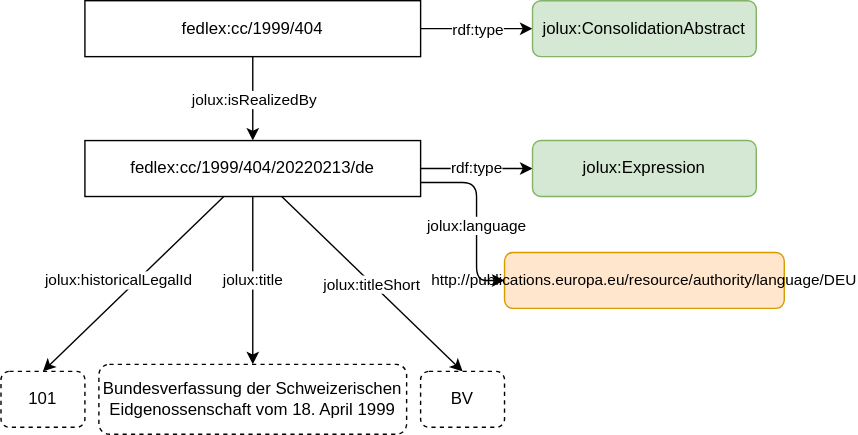
bequrios/fedlex keeps this draw.io diagram as content/img/expression.svg. Above is the earlier version. Source tidied: cells renumbered, new cells last; positions are measured from the earlier drawing's top-left corner, leaving out a move shared by most shapes. Its diagram source:
```xml
<mxGraphModel>
  <root>
    <mxCell id="0" />
    <mxCell id="1" parent="0" />
    <mxCell id="2" style="edgeStyle=orthogonalEdgeStyle;html=1;exitX=1;exitY=0.5;exitDx=0;exitDy=0;entryX=0;entryY=0.5;entryDx=0;entryDy=0;" parent="1" edge="1" source="5" target="6">
      <mxGeometry relative="1" as="geometry" />
    </mxCell>
    <mxCell id="3" value="&lt;div&gt;rdf:type&lt;/div&gt;" style="edgeLabel;html=1;align=center;verticalAlign=middle;" parent="2" vertex="1">
      <mxGeometry relative="1" as="geometry" />
    </mxCell>
    <mxCell id="4" style="edgeStyle=none;html=1;entryX=0.5;entryY=0;entryDx=0;entryDy=0;" parent="1" edge="1" source="5" target="13">
      <mxGeometry relative="1" as="geometry" />
    </mxCell>
    <mxCell id="5" value="fedlex:cc/1999/404" style="rounded=0;whiteSpace=wrap;html=1;" parent="1" vertex="1">
      <mxGeometry x="60" width="240" height="40" as="geometry" />
    </mxCell>
    <mxCell id="6" value="jolux:ConsolidationAbstract" style="rounded=1;whiteSpace=wrap;html=1;fillColor=#d5e8d4;strokeColor=#82b366;" parent="1" vertex="1">
      <mxGeometry x="380" width="160" height="40" as="geometry" />
    </mxCell>
    <mxCell id="7" value="jolux:isRealizedBy" style="edgeLabel;html=1;align=center;verticalAlign=middle;" parent="1" vertex="1">
      <mxGeometry x="180" y="70" as="geometry" />
    </mxCell>
    <mxCell id="8" value="rdf:type" style="edgeStyle=none;html=1;" parent="1" edge="1" source="13" target="15">
      <mxGeometry relative="1" as="geometry" />
    </mxCell>
    <mxCell id="9" value="jolux:language" style="edgeStyle=none;html=1;entryX=0;entryY=0.5;entryDx=0;entryDy=0;anchorPointDirection=1;exitX=1;exitY=0.75;exitDx=0;exitDy=0;" parent="1" edge="1" source="13" target="14">
      <mxGeometry x="0.09" relative="1" as="geometry">
        <Array as="points">
          <mxPoint x="340" y="130" />
          <mxPoint x="340" y="200" />
        </Array>
      </mxGeometry>
    </mxCell>
    <mxCell id="10" value="jolux:title" style="edgeStyle=none;html=1;entryX=0.5;entryY=0;entryDx=0;entryDy=0;" parent="1" edge="1" source="13" target="16">
      <mxGeometry relative="1" as="geometry" />
    </mxCell>
    <mxCell id="11" value="jolux:titleShort" style="edgeStyle=none;html=1;entryX=0.5;entryY=0;entryDx=0;entryDy=0;" parent="1" edge="1" source="13" target="17">
      <mxGeometry relative="1" as="geometry" />
    </mxCell>
    <mxCell id="12" value="jolux:historicalLegalId" style="edgeStyle=none;html=1;entryX=0.5;entryY=0;entryDx=0;entryDy=0;" parent="1" edge="1" source="13" target="18">
      <mxGeometry x="0.06" y="-9" relative="1" as="geometry" />
    </mxCell>
    <mxCell id="13" value="fedlex:cc/1999/404/20220213/de" style="rounded=0;whiteSpace=wrap;html=1;" parent="1" vertex="1">
      <mxGeometry x="60" y="100" width="240" height="40" as="geometry" />
    </mxCell>
    <mxCell id="14" value="&lt;font style=&quot;font-size: 12px;&quot;&gt;&lt;font style=&quot;font-size: 11px;&quot;&gt;http://publications.europa.eu/resource/authority/language/DEU&lt;/font&gt;&lt;/font&gt;" style="rounded=1;whiteSpace=wrap;html=1;fillColor=#ffe6cc;strokeColor=#d79b00;" parent="1" vertex="1">
      <mxGeometry x="360" y="180" width="200" height="40" as="geometry" />
    </mxCell>
    <mxCell id="15" value="jolux:Expression" style="rounded=1;whiteSpace=wrap;html=1;fillColor=#d5e8d4;strokeColor=#82b366;" parent="1" vertex="1">
      <mxGeometry x="380" y="100" width="160" height="40" as="geometry" />
    </mxCell>
    <mxCell id="16" value="Bundesverfassung der Schweizerischen Eidgenossenschaft vom 18. April 1999" style="rounded=1;whiteSpace=wrap;html=1;dashed=1;" parent="1" vertex="1">
      <mxGeometry x="70" y="260" width="220" height="50" as="geometry" />
    </mxCell>
    <mxCell id="17" value="BV" style="rounded=1;whiteSpace=wrap;html=1;dashed=1;" parent="1" vertex="1">
      <mxGeometry x="300" y="265" width="60" height="40" as="geometry" />
    </mxCell>
    <mxCell id="18" value="101" style="rounded=1;whiteSpace=wrap;html=1;dashed=1;" parent="1" vertex="1">
      <mxGeometry y="265" width="60" height="40" as="geometry" />
    </mxCell>
  </root>
</mxGraphModel>
```
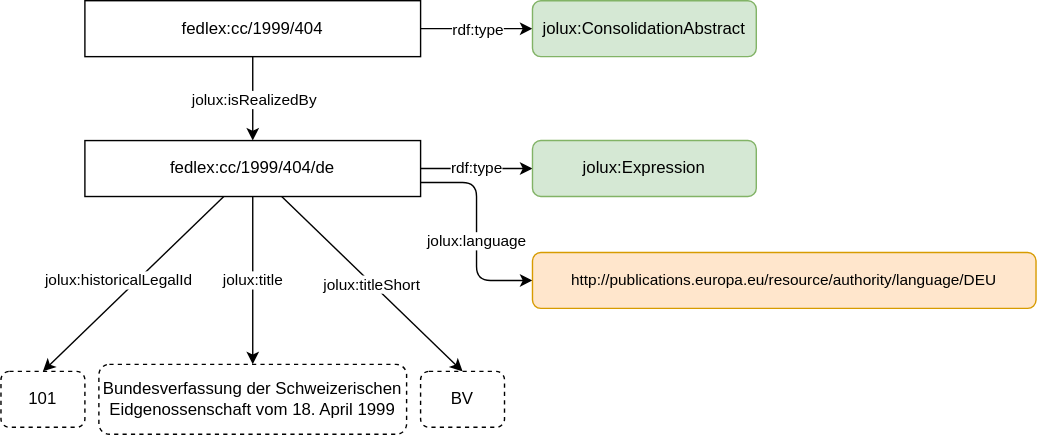
Above is the later version.

Diff of the diagram source:
```diff
@@ -40,11 +40,11 @@
     <mxCell id="12" value="jolux:historicalLegalId" style="edgeStyle=none;html=1;entryX=0.5;entryY=0;entryDx=0;entryDy=0;" parent="1" edge="1" source="13" target="18">
       <mxGeometry x="0.06" y="-9" relative="1" as="geometry" />
     </mxCell>
-    <mxCell id="13" value="fedlex:cc/1999/404/20220213/de" style="rounded=0;whiteSpace=wrap;html=1;" parent="1" vertex="1">
+    <mxCell id="13" value="fedlex:cc/1999/404/de" style="rounded=0;whiteSpace=wrap;html=1;" parent="1" vertex="1">
       <mxGeometry x="60" y="100" width="240" height="40" as="geometry" />
     </mxCell>
     <mxCell id="14" value="&lt;font style=&quot;font-size: 12px;&quot;&gt;&lt;font style=&quot;font-size: 11px;&quot;&gt;http://publications.europa.eu/resource/authority/language/DEU&lt;/font&gt;&lt;/font&gt;" style="rounded=1;whiteSpace=wrap;html=1;fillColor=#ffe6cc;strokeColor=#d79b00;" parent="1" vertex="1">
-      <mxGeometry x="360" y="180" width="200" height="40" as="geometry" />
+      <mxGeometry x="380" y="180" width="360" height="40" as="geometry" />
     </mxCell>
     <mxCell id="15" value="jolux:Expression" style="rounded=1;whiteSpace=wrap;html=1;fillColor=#d5e8d4;strokeColor=#82b366;" parent="1" vertex="1">
       <mxGeometry x="380" y="100" width="160" height="40" as="geometry" />
```
